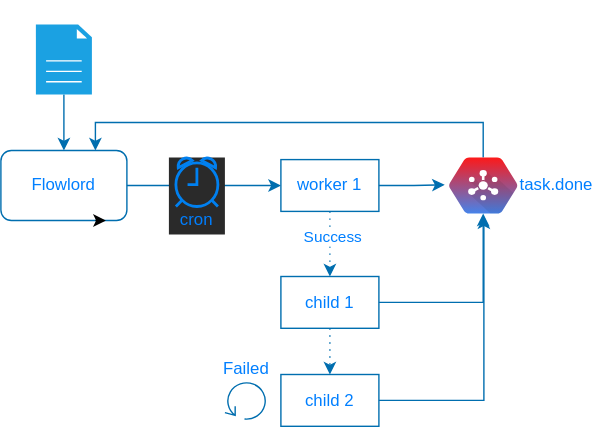
This is apps/taskmasters/flowlord/flowlord.drawio.svg from pcelvng/task-tools, a draw.io export, as it was before one commit. Source tidied: cells renumbered, new cells last; positions are measured from the earlier drawing's top-left corner, leaving out a move shared by most shapes.
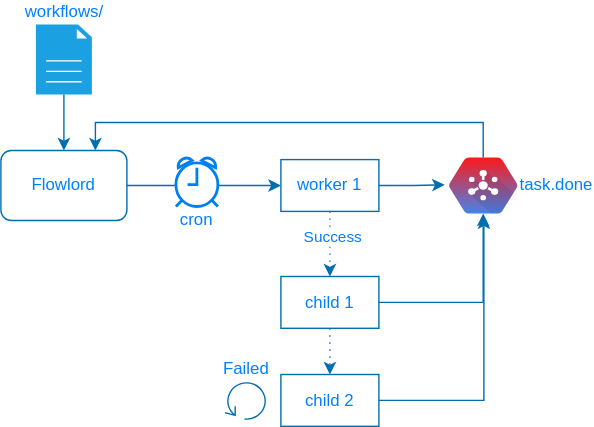
Above is the later version.

The edit, as a diff of the source:
```diff
@@ -5,27 +5,15 @@
     <mxCell id="2" style="edgeStyle=orthogonalEdgeStyle;rounded=0;jettySize=auto;html=1;entryX=0.5;entryY=0;entryDx=0;entryDy=0;fillColor=#1ba1e2;strokeColor=#006EAF;" parent="1" edge="1" source="3" target="5">
       <mxGeometry relative="1" as="geometry" />
     </mxCell>
-    <mxCell id="3" value="workflows/" style="shadow=0;dashed=0;html=1;strokeColor=#006EAF;fillColor=#1ba1e2;labelPosition=center;verticalLabelPosition=top;verticalAlign=bottom;align=center;outlineConnect=0;shape=mxgraph.veeam2.file;fontColor=#ffffff;" parent="1" vertex="1">
+    <mxCell id="3" value="workflows/" style="shadow=0;dashed=0;html=1;strokeColor=#006EAF;fillColor=#1ba1e2;labelPosition=center;verticalLabelPosition=top;verticalAlign=bottom;align=center;outlineConnect=0;shape=mxgraph.veeam2.file;fontColor=#007FFF;" parent="1" vertex="1">
       <mxGeometry x="25" width="40" height="50" as="geometry" />
     </mxCell>
     <mxCell id="4" style="edgeStyle=orthogonalEdgeStyle;rounded=0;jettySize=auto;html=1;exitX=1;exitY=0.5;exitDx=0;exitDy=0;fillColor=#1ba1e2;strokeColor=#006EAF;" parent="1" edge="1" source="5" target="13">
       <mxGeometry relative="1" as="geometry" />
     </mxCell>
-    <mxCell id="5" value="Flowlord" style="rounded=1;whiteSpace=wrap;html=1;strokeColor=#006EAF;fillColor=none;fontColor=#007FFF;" parent="1" vertex="1">
+    <mxCell id="5" value="Flowlord" style="rounded=1;whiteSpace=wrap;html=1;strokeColor=#006EAF;fontColor=#007FFF;" parent="1" vertex="1">
       <mxGeometry y="90" width="90" height="50" as="geometry" />
     </mxCell>
-    <mxCell id="6" style="edgeStyle=orthogonalEdgeStyle;rounded=0;orthogonalLoop=1;jettySize=auto;html=1;exitX=0.75;exitY=1;exitDx=0;exitDy=0;entryX=0.833;entryY=1;entryDx=0;entryDy=0;entryPerimeter=0;" parent="1" edge="1" source="5" target="5">
-      <mxGeometry relative="1" as="geometry" />
-    </mxCell>
-    <mxCell id="7" style="group;fontColor=#007FFF;fillColor=#2a2a2a;" parent="1" vertex="1">
-      <mxGeometry x="120" y="95" width="40" height="55" as="geometry" />
-    </mxCell>
-    <mxCell id="8" style="html=1;verticalLabelPosition=bottom;align=center;labelBackgroundColor=#ffffff;verticalAlign=top;strokeWidth=2;strokeColor=#0080F0;shadow=0;dashed=0;shape=mxgraph.ios7.icons.alarm_clock;fillColor=none;" parent="7" vertex="1">
-      <mxGeometry x="5" width="30" height="35" as="geometry" />
-    </mxCell>
-    <mxCell id="9" value="cron" style="text;html=1;strokeColor=none;fillColor=none;align=center;verticalAlign=middle;whiteSpace=wrap;rounded=0;fontColor=#007FFF;" parent="7" vertex="1">
-      <mxGeometry y="35" width="40" height="20" as="geometry" />
-    </mxCell>
     <mxCell id="10" style="edgeStyle=orthogonalEdgeStyle;rounded=0;jettySize=auto;html=1;exitX=1;exitY=0.5;exitDx=0;exitDy=0;entryX=-0.061;entryY=0.488;entryDx=0;entryDy=0;entryPerimeter=0;fillColor=#1ba1e2;strokeColor=#006EAF;" parent="1" edge="1" source="13" target="15">
       <mxGeometry relative="1" as="geometry" />
     </mxCell>
@@ -35,7 +23,7 @@
     <mxCell id="12" value="Success" style="edgeLabel;html=1;align=center;verticalAlign=middle;fontColor=#007FFF;" parent="11" vertex="1">
       <mxGeometry x="-0.25" y="1" relative="1" as="geometry" />
     </mxCell>
-    <mxCell id="13" value="worker 1" style="rounded=0;whiteSpace=wrap;html=1;strokeColor=#006EAF;fillColor=none;fontColor=#007FFF;" parent="1" vertex="1">
+    <mxCell id="13" value="worker 1" style="rounded=0;whiteSpace=wrap;html=1;strokeColor=#006EAF;fontColor=#007FFF;" parent="1" vertex="1">
       <mxGeometry x="200" y="96.5" width="70" height="37" as="geometry" />
     </mxCell>
     <mxCell id="14" style="edgeStyle=orthogonalEdgeStyle;rounded=0;jettySize=auto;html=1;entryX=0.75;entryY=0;entryDx=0;entryDy=0;fillColor=#1ba1e2;strokeColor=#006EAF;" parent="1" edge="1" source="15" target="5">
@@ -55,17 +43,23 @@
     <mxCell id="17" style="edgeStyle=orthogonalEdgeStyle;rounded=0;jettySize=auto;html=1;exitX=1;exitY=0.5;exitDx=0;exitDy=0;fillColor=#1ba1e2;strokeColor=#006EAF;" parent="1" edge="1" source="18" target="15">
       <mxGeometry relative="1" as="geometry" />
     </mxCell>
-    <mxCell id="18" value="child 1" style="rounded=0;whiteSpace=wrap;html=1;strokeColor=#006EAF;fillColor=none;fontColor=#007FFF;" parent="1" vertex="1">
+    <mxCell id="18" value="child 1" style="rounded=0;whiteSpace=wrap;html=1;strokeColor=#006EAF;fontColor=#007FFF;" parent="1" vertex="1">
       <mxGeometry x="200" y="180" width="70" height="37" as="geometry" />
     </mxCell>
     <mxCell id="19" style="edgeStyle=orthogonalEdgeStyle;rounded=0;jettySize=auto;html=1;entryX=0.51;entryY=1.05;entryDx=0;entryDy=0;entryPerimeter=0;fillColor=#1ba1e2;strokeColor=#006EAF;" parent="1" edge="1" source="20" target="15">
       <mxGeometry relative="1" as="geometry" />
     </mxCell>
-    <mxCell id="20" value="child 2" style="rounded=0;whiteSpace=wrap;html=1;strokeColor=#006EAF;fillColor=none;fontColor=#007FFF;" parent="1" vertex="1">
+    <mxCell id="20" value="child 2" style="rounded=0;whiteSpace=wrap;html=1;strokeColor=#006EAF;fontColor=#007FFF;" parent="1" vertex="1">
       <mxGeometry x="200" y="250" width="70" height="37" as="geometry" />
     </mxCell>
     <mxCell id="21" value="Failed" style="shape=mxgraph.bpmn.loop;html=1;fillColor=#1ba1e2;align=center;labelPosition=center;verticalLabelPosition=top;verticalAlign=bottom;strokeColor=#006EAF;fontColor=#007FFF;" parent="1" vertex="1">
       <mxGeometry x="160" y="254.5" width="30" height="28" as="geometry" />
     </mxCell>
+    <mxCell id="8" style="html=1;verticalLabelPosition=bottom;align=center;labelBackgroundColor=#ffffff;verticalAlign=top;strokeWidth=2;strokeColor=#0080F0;shadow=0;dashed=0;shape=mxgraph.ios7.icons.alarm_clock;" parent="1" vertex="1">
+      <mxGeometry x="125" y="95" width="30" height="35" as="geometry" />
+    </mxCell>
+    <mxCell id="9" value="cron" style="text;html=1;strokeColor=none;fillColor=none;align=center;verticalAlign=middle;whiteSpace=wrap;rounded=0;fontColor=#007FFF;" parent="1" vertex="1">
+      <mxGeometry x="120" y="130" width="40" height="20" as="geometry" />
+    </mxCell>
   </root>
 </mxGraphModel>
```
